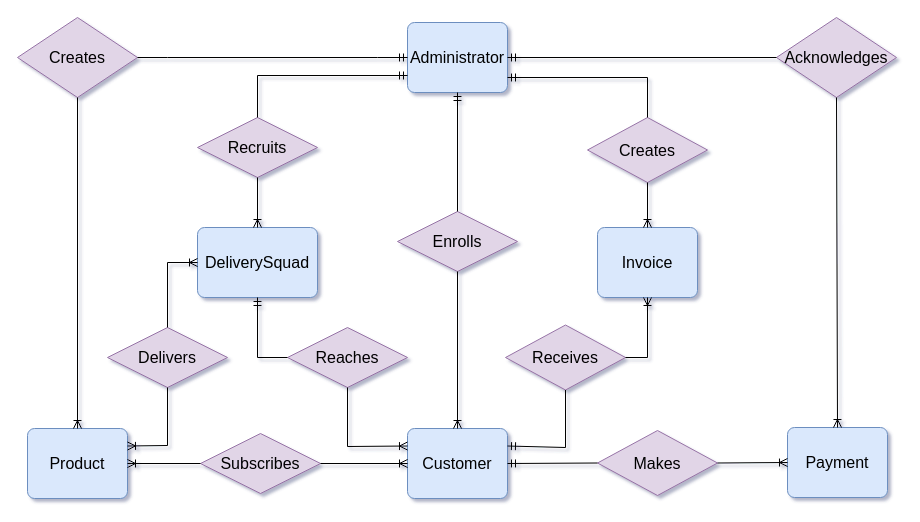
The draw.io diagram docs/diagram/er.drawio in dudhwalas/dudhwala, before the edit. Source tidied: cells renumbered, new cells numbered last; positions are measured from the earlier drawing's top-left corner, leaving out a move shared by most shapes. Both pictures are drawn from the tidied source at 100%, with x=0, y=0 at pixel (17, 17).
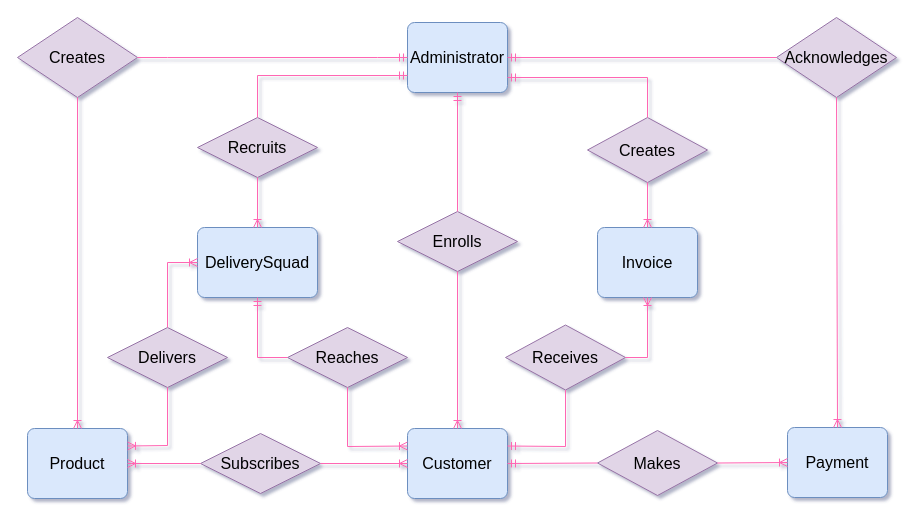
Above is the later version.

Unchanged cells that the change refers to:
```xml
<mxCell id="2" value="Administrator" style="rounded=1;arcSize=10;whiteSpace=wrap;html=1;align=center;fillColor=#dae8fc;strokeColor=#6c8ebf;fontSize=16;" parent="1" vertex="1">
  <mxGeometry x="390" y="5" width="100" height="70" as="geometry" />
</mxCell>
<mxCell id="3" value="Product" style="rounded=1;arcSize=10;whiteSpace=wrap;html=1;align=center;fillColor=#dae8fc;strokeColor=#6c8ebf;fontSize=16;" parent="1" vertex="1">
  <mxGeometry x="10" y="411" width="100" height="70" as="geometry" />
</mxCell>
<mxCell id="4" value="DeliverySquad" style="rounded=1;arcSize=10;whiteSpace=wrap;html=1;align=center;fillColor=#dae8fc;strokeColor=#6c8ebf;fontSize=16;" parent="1" vertex="1">
  <mxGeometry x="180" y="210" width="120" height="70" as="geometry" />
</mxCell>
<mxCell id="5" value="Customer" style="rounded=1;arcSize=10;whiteSpace=wrap;html=1;align=center;fillColor=#dae8fc;strokeColor=#6c8ebf;fontSize=16;" parent="1" vertex="1">
  <mxGeometry x="390" y="411" width="100" height="70" as="geometry" />
</mxCell>
<mxCell id="6" value="Invoice" style="rounded=1;arcSize=10;whiteSpace=wrap;html=1;align=center;fillColor=#dae8fc;strokeColor=#6c8ebf;fontSize=16;" parent="1" vertex="1">
  <mxGeometry x="580" y="210" width="100" height="70" as="geometry" />
</mxCell>
<mxCell id="7" value="Payment" style="rounded=1;arcSize=10;whiteSpace=wrap;html=1;align=center;fillColor=#dae8fc;strokeColor=#6c8ebf;fontSize=16;" parent="1" vertex="1">
  <mxGeometry x="770" y="410" width="100" height="70" as="geometry" />
</mxCell>
<mxCell id="8" value="Recruits" style="shape=rhombus;perimeter=rhombusPerimeter;whiteSpace=wrap;html=1;align=center;fillColor=#e1d5e7;strokeColor=#9673a6;fontSize=16;" parent="1" vertex="1">
  <mxGeometry x="180" y="100" width="120" height="60" as="geometry" />
</mxCell>
<mxCell id="9" value="Creates" style="shape=rhombus;perimeter=rhombusPerimeter;whiteSpace=wrap;html=1;align=center;fillColor=#e1d5e7;strokeColor=#9673a6;fontSize=16;" parent="1" vertex="1">
  <mxGeometry width="120" height="80" as="geometry" />
</mxCell>
<mxCell id="10" value="Enrolls" style="shape=rhombus;perimeter=rhombusPerimeter;whiteSpace=wrap;html=1;align=center;fillColor=#e1d5e7;strokeColor=#9673a6;fontSize=16;" parent="1" vertex="1">
  <mxGeometry x="380" y="194" width="120" height="60" as="geometry" />
</mxCell>
<mxCell id="11" value="Reaches" style="shape=rhombus;perimeter=rhombusPerimeter;whiteSpace=wrap;html=1;align=center;fillColor=#e1d5e7;strokeColor=#9673a6;fontSize=16;" parent="1" vertex="1">
  <mxGeometry x="270" y="310" width="120" height="60" as="geometry" />
</mxCell>
<mxCell id="12" value="Delivers" style="shape=rhombus;perimeter=rhombusPerimeter;whiteSpace=wrap;html=1;align=center;fillColor=#e1d5e7;strokeColor=#9673a6;fontSize=16;" parent="1" vertex="1">
  <mxGeometry x="90" y="310" width="120" height="60" as="geometry" />
</mxCell>
<mxCell id="13" value="Subscribes" style="shape=rhombus;perimeter=rhombusPerimeter;whiteSpace=wrap;html=1;align=center;fillColor=#e1d5e7;strokeColor=#9673a6;fontSize=16;" parent="1" vertex="1">
  <mxGeometry x="183" y="416" width="120" height="60" as="geometry" />
</mxCell>
<mxCell id="14" value="Receives" style="shape=rhombus;perimeter=rhombusPerimeter;whiteSpace=wrap;html=1;align=center;fillColor=#e1d5e7;strokeColor=#9673a6;fontSize=16;" parent="1" vertex="1">
  <mxGeometry x="488" y="307.5" width="120" height="65" as="geometry" />
</mxCell>
<mxCell id="15" value="Makes" style="shape=rhombus;perimeter=rhombusPerimeter;whiteSpace=wrap;html=1;align=center;fillColor=#e1d5e7;strokeColor=#9673a6;fontSize=16;" parent="1" vertex="1">
  <mxGeometry x="580" y="413" width="120" height="65" as="geometry" />
</mxCell>
<mxCell id="16" value="Acknowledges" style="shape=rhombus;perimeter=rhombusPerimeter;whiteSpace=wrap;html=1;align=center;fillColor=#e1d5e7;strokeColor=#9673a6;fontSize=16;" parent="1" vertex="1">
  <mxGeometry x="759" width="120" height="80" as="geometry" />
</mxCell>
<mxCell id="17" value="Creates" style="shape=rhombus;perimeter=rhombusPerimeter;whiteSpace=wrap;html=1;align=center;fillColor=#e1d5e7;strokeColor=#9673a6;fontSize=16;" parent="1" vertex="1">
  <mxGeometry x="570" y="100" width="120" height="65" as="geometry" />
</mxCell>
```

What changed in the source:
```diff
@@
-    <mxCell id="18" style="edgeStyle=entityRelationEdgeStyle;fontSize=16;html=1;endArrow=ERmandOne;rounded=0;" parent="1" edge="1" source="9" target="2">
+    <mxCell id="18" style="edgeStyle=entityRelationEdgeStyle;fontSize=16;html=1;endArrow=ERmandOne;rounded=0;strokeColor=#FF66B3;" parent="1" edge="1" source="9" target="2">
       <mxGeometry relative="1" as="geometry" />
     </mxCell>
-    <mxCell id="19" style="fontSize=16;html=1;endArrow=ERoneToMany;rounded=0;exitX=0.5;exitY=1;exitDx=0;exitDy=0;entryX=0.5;entryY=0;entryDx=0;entryDy=0;" parent="1" edge="1" source="9" target="3">
+    <mxCell id="19" style="fontSize=16;html=1;endArrow=ERoneToMany;rounded=0;exitX=0.5;exitY=1;exitDx=0;exitDy=0;entryX=0.5;entryY=0;entryDx=0;entryDy=0;strokeColor=#FF66B3;" parent="1" edge="1" source="9" target="3">
       <mxGeometry relative="1" as="geometry" />
     </mxCell>
-    <mxCell id="20" style="fontSize=16;html=1;endArrow=ERmandOne;rounded=0;exitX=0.5;exitY=0;exitDx=0;exitDy=0;" parent="1" edge="1" source="8">
+    <mxCell id="20" style="fontSize=16;html=1;endArrow=ERmandOne;rounded=0;exitX=0.5;exitY=0;exitDx=0;exitDy=0;strokeColor=#FF66B3;" parent="1" edge="1" source="8">
       <mxGeometry relative="1" as="geometry">
         <mxPoint x="390" y="58" as="targetPoint" />
         <Array as="points">
           <mxPoint x="240" y="58" />
         </Array>
       </mxGeometry>
     </mxCell>
-    <mxCell id="21" style="fontSize=16;html=1;endArrow=ERoneToMany;rounded=0;exitX=0.5;exitY=1;exitDx=0;exitDy=0;entryX=0.5;entryY=0;entryDx=0;entryDy=0;" parent="1" edge="1" source="8" target="4">
+    <mxCell id="21" style="fontSize=16;html=1;endArrow=ERoneToMany;rounded=0;exitX=0.5;exitY=1;exitDx=0;exitDy=0;entryX=0.5;entryY=0;entryDx=0;entryDy=0;strokeColor=#FF66B3;" parent="1" edge="1" source="8" target="4">
       <mxGeometry relative="1" as="geometry" />
     </mxCell>
-    <mxCell id="22" style="fontSize=16;html=1;endArrow=ERoneToMany;rounded=0;exitX=0.5;exitY=1;exitDx=0;exitDy=0;entryX=1;entryY=0.25;entryDx=0;entryDy=0;" parent="1" edge="1" source="12" target="3">
+    <mxCell id="22" style="fontSize=16;html=1;endArrow=ERoneToMany;rounded=0;exitX=0.5;exitY=1;exitDx=0;exitDy=0;entryX=1;entryY=0.25;entryDx=0;entryDy=0;strokeColor=#FF66B3;" parent="1" edge="1" source="12" target="3">
       <mxGeometry relative="1" as="geometry">
         <Array as="points">
           <mxPoint x="150" y="428" />
         </Array>
       </mxGeometry>
     </mxCell>
-    <mxCell id="23" style="fontSize=16;html=1;endArrow=ERoneToMany;rounded=0;exitX=0.5;exitY=0;exitDx=0;exitDy=0;entryX=0;entryY=0.5;entryDx=0;entryDy=0;" parent="1" edge="1" source="12" target="4">
+    <mxCell id="23" style="fontSize=16;html=1;endArrow=ERoneToMany;rounded=0;exitX=0.5;exitY=0;exitDx=0;exitDy=0;entryX=0;entryY=0.5;entryDx=0;entryDy=0;strokeColor=#FF66B3;" parent="1" edge="1" source="12" target="4">
       <mxGeometry relative="1" as="geometry">
         <Array as="points">
           <mxPoint x="150" y="245" />
         </Array>
       </mxGeometry>
     </mxCell>
-    <mxCell id="24" style="fontSize=16;html=1;endArrow=ERmandOne;rounded=0;exitX=0.5;exitY=0;exitDx=0;exitDy=0;entryX=0.5;entryY=1;entryDx=0;entryDy=0;" parent="1" edge="1" source="10" target="2">
+    <mxCell id="24" style="fontSize=16;html=1;endArrow=ERmandOne;rounded=0;exitX=0.5;exitY=0;exitDx=0;exitDy=0;entryX=0.5;entryY=1;entryDx=0;entryDy=0;strokeColor=#FF66B3;" parent="1" edge="1" source="10" target="2">
       <mxGeometry relative="1" as="geometry" />
     </mxCell>
-    <mxCell id="25" style="fontSize=16;html=1;endArrow=ERoneToMany;rounded=0;exitX=0.5;exitY=1;exitDx=0;exitDy=0;entryX=0.5;entryY=0;entryDx=0;entryDy=0;" parent="1" edge="1" source="10" target="5">
+    <mxCell id="25" style="fontSize=16;html=1;endArrow=ERoneToMany;rounded=0;exitX=0.5;exitY=1;exitDx=0;exitDy=0;entryX=0.5;entryY=0;entryDx=0;entryDy=0;strokeColor=#FF66B3;" parent="1" edge="1" source="10" target="5">
       <mxGeometry relative="1" as="geometry" />
     </mxCell>
-    <mxCell id="26" style="fontSize=16;html=1;endArrow=ERoneToMany;rounded=0;exitX=0;exitY=0.5;exitDx=0;exitDy=0;entryX=1;entryY=0.5;entryDx=0;entryDy=0;" parent="1" edge="1" source="13" target="3">
+    <mxCell id="26" style="fontSize=16;html=1;endArrow=ERoneToMany;rounded=0;exitX=0;exitY=0.5;exitDx=0;exitDy=0;entryX=1;entryY=0.5;entryDx=0;entryDy=0;strokeColor=#FF66B3;" parent="1" edge="1" source="13" target="3">
       <mxGeometry relative="1" as="geometry" />
     </mxCell>
-    <mxCell id="27" style="fontSize=16;html=1;endArrow=ERoneToMany;rounded=0;exitX=1;exitY=0.5;exitDx=0;exitDy=0;" parent="1" edge="1" source="13" target="5">
+    <mxCell id="27" style="fontSize=16;html=1;endArrow=ERoneToMany;rounded=0;exitX=1;exitY=0.5;exitDx=0;exitDy=0;strokeColor=#FF66B3;" parent="1" edge="1" source="13" target="5">
       <mxGeometry relative="1" as="geometry" />
     </mxCell>
-    <mxCell id="28" style="fontSize=16;html=1;endArrow=ERmandOne;rounded=0;exitX=0;exitY=0.5;exitDx=0;exitDy=0;entryX=0.5;entryY=1;entryDx=0;entryDy=0;" parent="1" edge="1" source="11" target="4">
+    <mxCell id="28" style="fontSize=16;html=1;endArrow=ERmandOne;rounded=0;exitX=0;exitY=0.5;exitDx=0;exitDy=0;entryX=0.5;entryY=1;entryDx=0;entryDy=0;strokeColor=#FF66B3;" parent="1" edge="1" source="11" target="4">
       <mxGeometry relative="1" as="geometry">
         <Array as="points">
           <mxPoint x="240" y="340" />
         </Array>
       </mxGeometry>
     </mxCell>
-    <mxCell id="29" style="fontSize=16;html=1;endArrow=ERoneToMany;rounded=0;exitX=0.5;exitY=1;exitDx=0;exitDy=0;entryX=0;entryY=0.25;entryDx=0;entryDy=0;" parent="1" edge="1" source="11" target="5">
+    <mxCell id="29" style="fontSize=16;html=1;endArrow=ERoneToMany;rounded=0;exitX=0.5;exitY=1;exitDx=0;exitDy=0;entryX=0;entryY=0.25;entryDx=0;entryDy=0;strokeColor=#FF66B3;" parent="1" edge="1" source="11" target="5">
       <mxGeometry relative="1" as="geometry">
         <Array as="points">
           <mxPoint x="330" y="429" />
         </Array>
       </mxGeometry>
     </mxCell>
-    <mxCell id="30" style="fontSize=16;html=1;endArrow=ERmandOne;rounded=0;exitX=0.5;exitY=0;exitDx=0;exitDy=0;" parent="1" edge="1" source="17">
+    <mxCell id="30" style="fontSize=16;html=1;endArrow=ERmandOne;rounded=0;exitX=0.5;exitY=0;exitDx=0;exitDy=0;strokeColor=#FF66B3;" parent="1" edge="1" source="17">
       <mxGeometry relative="1" as="geometry">
         <mxPoint x="490" y="60" as="targetPoint" />
         <Array as="points">
           <mxPoint x="630" y="60" />
         </Array>
       </mxGeometry>
     </mxCell>
-    <mxCell id="31" style="fontSize=16;html=1;endArrow=ERoneToMany;rounded=0;exitX=0.5;exitY=1;exitDx=0;exitDy=0;entryX=0.5;entryY=0;entryDx=0;entryDy=0;" parent="1" edge="1" source="17" target="6">
+    <mxCell id="31" style="fontSize=16;html=1;endArrow=ERoneToMany;rounded=0;exitX=0.5;exitY=1;exitDx=0;exitDy=0;entryX=0.5;entryY=0;entryDx=0;entryDy=0;strokeColor=#FF66B3;" parent="1" edge="1" source="17" target="6">
       <mxGeometry relative="1" as="geometry" />
     </mxCell>
-    <mxCell id="32" style="fontSize=16;html=1;endArrow=ERoneToMany;rounded=0;exitX=1;exitY=0.5;exitDx=0;exitDy=0;entryX=0.5;entryY=1;entryDx=0;entryDy=0;" parent="1" edge="1" source="14" target="6">
+    <mxCell id="32" style="fontSize=16;html=1;endArrow=ERoneToMany;rounded=0;exitX=1;exitY=0.5;exitDx=0;exitDy=0;entryX=0.5;entryY=1;entryDx=0;entryDy=0;strokeColor=#FF66B3;" parent="1" edge="1" source="14" target="6">
       <mxGeometry relative="1" as="geometry">
         <Array as="points">
           <mxPoint x="630" y="340" />
         </Array>
       </mxGeometry>
     </mxCell>
-    <mxCell id="33" style="fontSize=16;html=1;endArrow=ERmandOne;rounded=0;exitX=0.5;exitY=1;exitDx=0;exitDy=0;entryX=1;entryY=0.25;entryDx=0;entryDy=0;" parent="1" edge="1" source="14" target="5">
+    <mxCell id="33" style="fontSize=16;html=1;endArrow=ERmandOne;rounded=0;exitX=0.5;exitY=1;exitDx=0;exitDy=0;entryX=1;entryY=0.25;entryDx=0;entryDy=0;strokeColor=#FF66B3;" parent="1" edge="1" source="14" target="5">
       <mxGeometry relative="1" as="geometry">
         <Array as="points">
-          <mxPoint x="548" y="430" />
+          <mxPoint x="548" y="429" />
         </Array>
       </mxGeometry>
     </mxCell>
-    <mxCell id="34" style="fontSize=16;html=1;endArrow=ERoneToMany;rounded=0;exitX=1;exitY=0.5;exitDx=0;exitDy=0;entryX=0;entryY=0.5;entryDx=0;entryDy=0;" parent="1" edge="1" source="15" target="7">
+    <mxCell id="34" style="fontSize=16;html=1;endArrow=ERoneToMany;rounded=0;exitX=1;exitY=0.5;exitDx=0;exitDy=0;entryX=0;entryY=0.5;entryDx=0;entryDy=0;strokeColor=#FF66B3;" parent="1" edge="1" source="15" target="7">
       <mxGeometry relative="1" as="geometry" />
     </mxCell>
-    <mxCell id="35" style="fontSize=16;html=1;endArrow=ERmandOne;rounded=0;exitX=0;exitY=0.5;exitDx=0;exitDy=0;entryX=1;entryY=0.5;entryDx=0;entryDy=0;" parent="1" edge="1" source="15" target="5">
+    <mxCell id="35" style="fontSize=16;html=1;endArrow=ERmandOne;rounded=0;exitX=0;exitY=0.5;exitDx=0;exitDy=0;entryX=1;entryY=0.5;entryDx=0;entryDy=0;strokeColor=#FF66B3;" parent="1" edge="1" source="15" target="5">
       <mxGeometry relative="1" as="geometry" />
     </mxCell>
-    <mxCell id="36" style="fontSize=16;html=1;endArrow=ERoneToMany;rounded=0;exitX=0.5;exitY=1;exitDx=0;exitDy=0;entryX=0.5;entryY=0;entryDx=0;entryDy=0;" parent="1" edge="1" source="16" target="7">
+    <mxCell id="36" style="fontSize=16;html=1;endArrow=ERoneToMany;rounded=0;exitX=0.5;exitY=1;exitDx=0;exitDy=0;entryX=0.5;entryY=0;entryDx=0;entryDy=0;strokeColor=#FF66B3;" parent="1" edge="1" source="16" target="7">
       <mxGeometry relative="1" as="geometry" />
     </mxCell>
-    <mxCell id="37" style="fontSize=16;html=1;endArrow=ERmandOne;rounded=0;exitX=0;exitY=0.5;exitDx=0;exitDy=0;entryX=1;entryY=0.5;entryDx=0;entryDy=0;" parent="1" edge="1" source="16" target="2">
+    <mxCell id="37" style="fontSize=16;html=1;endArrow=ERmandOne;rounded=0;exitX=0;exitY=0.5;exitDx=0;exitDy=0;entryX=1;entryY=0.5;entryDx=0;entryDy=0;strokeColor=#FF66B3;" parent="1" edge="1" source="16" target="2">
       <mxGeometry relative="1" as="geometry" />
     </mxCell>
```
